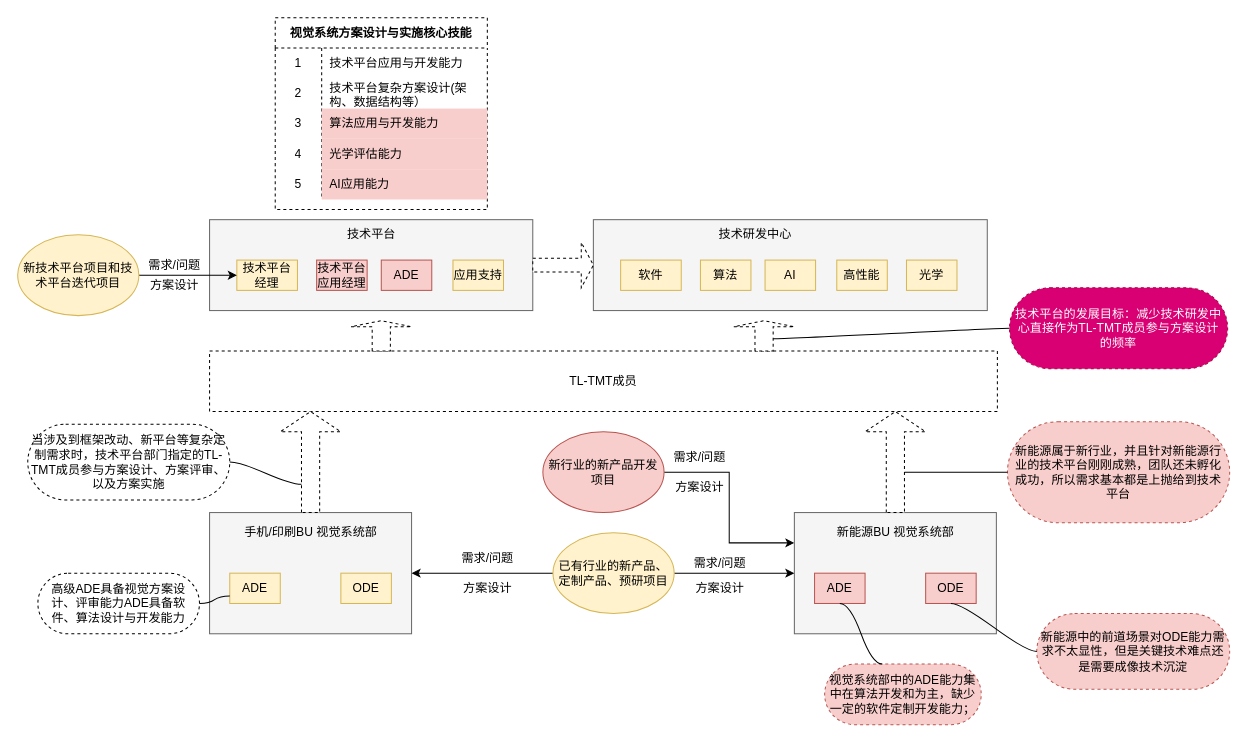
Guyiguang/-DrawIO keeps this draw.io diagram as page "技术平台和干系部门的交互逻辑" (1 of 3) of drawio/未命名绘图.drawio. Above is the earlier version. Source tidied: cells renumbered, new cells numbered last; positions are measured from the earlier drawing's top-left corner, leaving out a move shared by most shapes. Both pictures are drawn from the tidied source at 101%, with x=0, y=0 at pixel (17, 17).
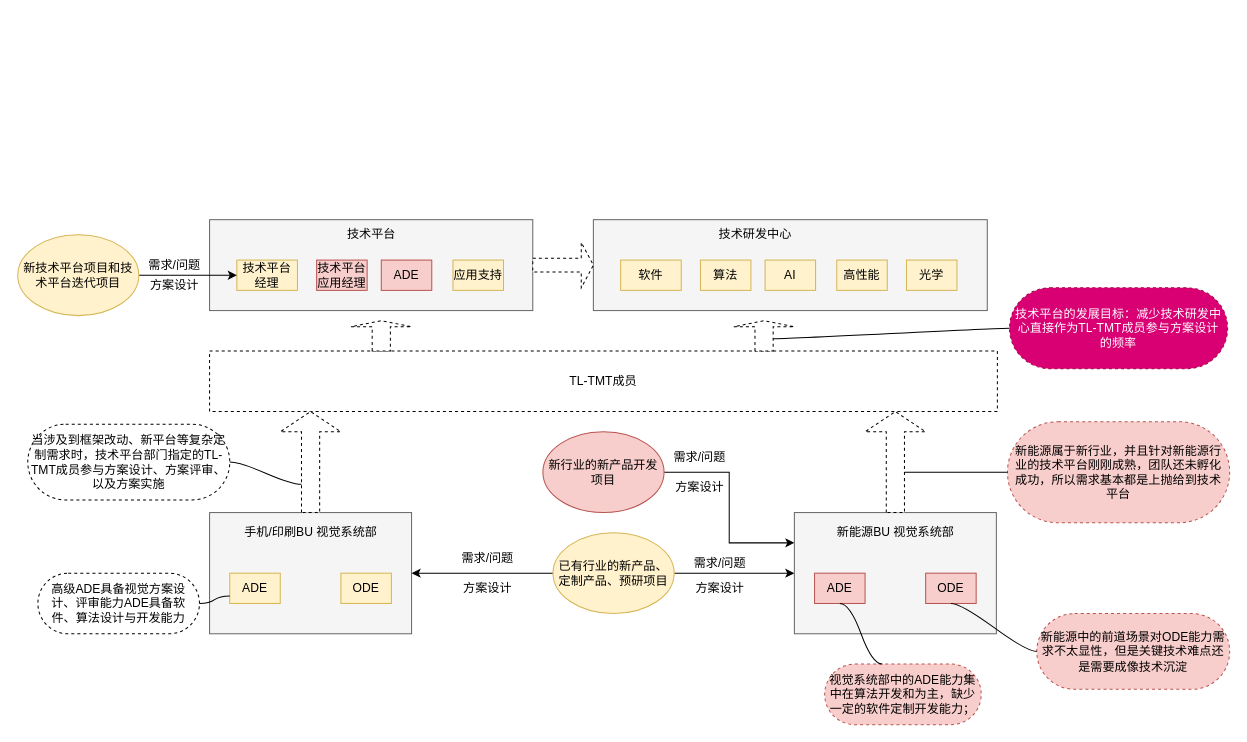
The same diagram, later.

The edit, as a diff of the source:
```diff
@@
-    <mxCell id="56" value="视觉系统方案设计与实施核心技能" style="shape=table;startSize=30;childLayout=tableLayout;rowLines=0;fontStyle=1;dashed=1;" parent="1" vertex="1">
-      <mxGeometry x="255" width="210" height="190" as="geometry" />
-    </mxCell>
-    <mxCell id="57" style="shape=tableRow;horizontal=0;startSize=0;swimlaneHead=0;swimlaneBody=0;top=0;left=0;bottom=0;right=0;fillColor=none;dashed=1;" parent="56" vertex="1">
-      <mxGeometry y="30" width="210" height="30" as="geometry" />
-    </mxCell>
-    <mxCell id="58" value="1" style="shape=partialRectangle;html=1;whiteSpace=wrap;fillColor=none;top=0;left=0;bottom=0;right=0;overflow=hidden;dashed=1;" parent="57" vertex="1">
-      <mxGeometry width="46" height="30" as="geometry" />
-    </mxCell>
-    <mxCell id="59" value="技术平台应用与开发能力" style="shape=partialRectangle;html=1;whiteSpace=wrap;fillColor=none;top=0;left=0;bottom=0;right=0;align=left;spacingLeft=6;overflow=hidden;dashed=1;" parent="57" vertex="1">
-      <mxGeometry x="46" width="164" height="30" as="geometry" />
-    </mxCell>
-    <mxCell id="60" style="shape=tableRow;horizontal=0;startSize=0;swimlaneHead=0;swimlaneBody=0;top=0;left=0;bottom=0;right=0;fillColor=none;dashed=1;" parent="56" vertex="1">
-      <mxGeometry y="60" width="210" height="30" as="geometry" />
-    </mxCell>
-    <mxCell id="61" value="2" style="shape=partialRectangle;html=1;whiteSpace=wrap;fillColor=none;top=0;left=0;bottom=0;right=0;overflow=hidden;dashed=1;" parent="60" vertex="1">
-      <mxGeometry width="46" height="30" as="geometry" />
-    </mxCell>
-    <mxCell id="62" value="技术平台复杂方案设计(架构、数据结构等）" style="shape=partialRectangle;html=1;whiteSpace=wrap;fillColor=none;top=0;left=0;bottom=0;right=0;align=left;spacingLeft=6;overflow=hidden;dashed=1;" parent="60" vertex="1">
-      <mxGeometry x="46" width="164" height="30" as="geometry" />
-    </mxCell>
-    <mxCell id="63" style="shape=tableRow;horizontal=0;startSize=0;swimlaneHead=0;swimlaneBody=0;top=0;left=0;bottom=0;right=0;fillColor=none;dashed=1;" parent="56" vertex="1">
-      <mxGeometry y="90" width="210" height="30" as="geometry" />
-    </mxCell>
-    <mxCell id="64" value="3" style="shape=partialRectangle;html=1;whiteSpace=wrap;fillColor=none;top=0;left=0;bottom=0;right=0;overflow=hidden;dashed=1;" parent="63" vertex="1">
-      <mxGeometry width="46" height="30" as="geometry" />
-    </mxCell>
-    <mxCell id="65" value="算法应用与开发能力" style="shape=partialRectangle;html=1;whiteSpace=wrap;fillColor=#f8cecc;top=0;left=0;bottom=0;right=0;align=left;spacingLeft=6;overflow=hidden;dashed=1;strokeColor=#b85450;" parent="63" vertex="1">
-      <mxGeometry x="46" width="164" height="30" as="geometry" />
-    </mxCell>
-    <mxCell id="66" style="shape=tableRow;horizontal=0;startSize=0;swimlaneHead=0;swimlaneBody=0;top=0;left=0;bottom=0;right=0;fillColor=none;dashed=1;" parent="56" vertex="1">
-      <mxGeometry y="120" width="210" height="30" as="geometry" />
-    </mxCell>
-    <mxCell id="67" value="4" style="shape=partialRectangle;html=1;whiteSpace=wrap;fillColor=none;top=0;left=0;bottom=0;right=0;overflow=hidden;dashed=1;" parent="66" vertex="1">
-      <mxGeometry width="46" height="30" as="geometry" />
-    </mxCell>
-    <mxCell id="68" value="光学评估能力" style="shape=partialRectangle;html=1;whiteSpace=wrap;fillColor=#f8cecc;top=0;left=0;bottom=0;right=0;align=left;spacingLeft=6;overflow=hidden;dashed=1;strokeColor=#b85450;" parent="66" vertex="1">
-      <mxGeometry x="46" width="164" height="30" as="geometry" />
-    </mxCell>
-    <mxCell id="69" style="shape=tableRow;horizontal=0;startSize=0;swimlaneHead=0;swimlaneBody=0;top=0;left=0;bottom=0;right=0;fillColor=none;dashed=1;" parent="56" vertex="1">
-      <mxGeometry y="150" width="210" height="30" as="geometry" />
-    </mxCell>
-    <mxCell id="70" value="5" style="shape=partialRectangle;html=1;whiteSpace=wrap;fillColor=none;top=0;left=0;bottom=0;right=0;overflow=hidden;dashed=1;" parent="69" vertex="1">
-      <mxGeometry width="46" height="30" as="geometry" />
-    </mxCell>
-    <mxCell id="71" value="AI应用能力" style="shape=partialRectangle;html=1;whiteSpace=wrap;fillColor=#f8cecc;top=0;left=0;bottom=0;right=0;align=left;spacingLeft=6;overflow=hidden;dashed=1;strokeColor=#b85450;" parent="69" vertex="1">
-      <mxGeometry x="46" width="164" height="30" as="geometry" />
-    </mxCell>
```
